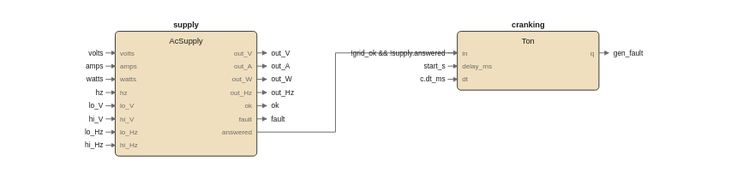
This is images/logic/ac_local_watch_fbd.drawio.svg from pstch/botanik2, a draw.io export, as it was before one commit. Source tidied: cells renumbered, new cells last; positions are measured from the earlier drawing's top-left corner, leaving out a move shared by most shapes.
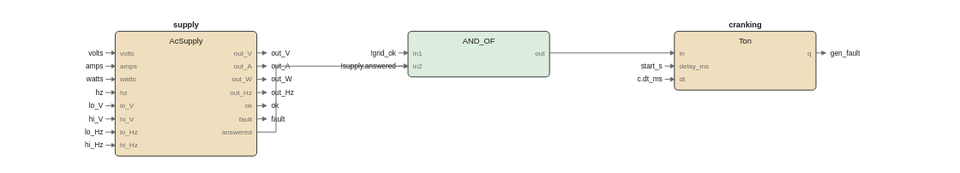
After the commit.

Diff of the diagram source:
```diff
@@ -56,198 +56,228 @@
     <mxCell id="19" value="answered" style="text;html=1;fontSize=5;fontColor=#6b6b6b;align=left;" parent="1" vertex="1">
       <mxGeometry x="124" y="90.2" width="40" height="9.8" as="geometry" />
     </mxCell>
-    <mxCell id="20" style="rounded=1;fillColor=#f0dfbe;strokeColor=#1a1a1a;whiteSpace=wrap;html=1;fontSize=8;" parent="1" vertex="1">
-      <mxGeometry x="295" y="10" width="118" height="49" as="geometry" />
+    <mxCell id="20" style="rounded=1;fillColor=#dcecdd;strokeColor=#1a1a1a;whiteSpace=wrap;html=1;fontSize=8;" parent="1" vertex="1">
+      <mxGeometry x="254" y="10" width="118" height="38" as="geometry" />
     </mxCell>
-    <mxCell id="21" value="cranking" style="text;html=1;fontSize=6;fontColor=#1a1a1a;align=center;fontStyle=1;" parent="1" vertex="1">
-      <mxGeometry x="354" y="0.4" width="40" height="10.6" as="geometry" />
+    <mxCell id="21" value="AND_OF" style="text;html=1;fontSize=6;fontColor=#1a1a1a;align=center;" parent="1" vertex="1">
+      <mxGeometry x="313" y="13.4" width="40" height="10.6" as="geometry" />
     </mxCell>
-    <mxCell id="22" value="Ton" style="text;html=1;fontSize=6;fontColor=#1a1a1a;align=center;" parent="1" vertex="1">
-      <mxGeometry x="354" y="13.4" width="40" height="10.6" as="geometry" />
+    <mxCell id="22" value="in1" style="text;html=1;fontSize=5;fontColor=#6b6b6b;align=left;" parent="1" vertex="1">
+      <mxGeometry x="258" y="24.2" width="40" height="9.8" as="geometry" />
     </mxCell>
-    <mxCell id="23" value="in" style="text;html=1;fontSize=5;fontColor=#6b6b6b;align=left;" parent="1" vertex="1">
-      <mxGeometry x="299" y="24.2" width="40" height="9.8" as="geometry" />
+    <mxCell id="23" value="in2" style="text;html=1;fontSize=5;fontColor=#6b6b6b;align=left;" parent="1" vertex="1">
+      <mxGeometry x="258" y="35.2" width="40" height="9.8" as="geometry" />
     </mxCell>
-    <mxCell id="24" value="delay_ms" style="text;html=1;fontSize=5;fontColor=#6b6b6b;align=left;" parent="1" vertex="1">
-      <mxGeometry x="299" y="35.2" width="40" height="9.8" as="geometry" />
+    <mxCell id="24" value="out" style="text;html=1;fontSize=5;fontColor=#6b6b6b;align=left;" parent="1" vertex="1">
+      <mxGeometry x="368" y="24.2" width="40" height="9.8" as="geometry" />
     </mxCell>
-    <mxCell id="25" value="dt" style="text;html=1;fontSize=5;fontColor=#6b6b6b;align=left;" parent="1" vertex="1">
-      <mxGeometry x="299" y="46.2" width="40" height="9.8" as="geometry" />
+    <mxCell id="25" style="rounded=1;fillColor=#f0dfbe;strokeColor=#1a1a1a;whiteSpace=wrap;html=1;fontSize=8;" parent="1" vertex="1">
+      <mxGeometry x="476" y="10" width="118" height="49" as="geometry" />
     </mxCell>
-    <mxCell id="26" value="q" style="text;html=1;fontSize=5;fontColor=#6b6b6b;align=left;" parent="1" vertex="1">
-      <mxGeometry x="409" y="24.2" width="40" height="9.8" as="geometry" />
+    <mxCell id="26" value="cranking" style="text;html=1;fontSize=6;fontColor=#1a1a1a;align=center;fontStyle=1;" parent="1" vertex="1">
+      <mxGeometry x="535" y="0.4" width="40" height="10.6" as="geometry" />
     </mxCell>
-    <mxCell id="27" style="edgeStyle=none;html=1;strokeColor=#6b6b6b;endArrow=block;" parent="1" edge="1">
-      <mxGeometry relative="1" as="geometry">
-        <mxPoint x="128" y="28" as="sourcePoint" />
-        <mxPoint x="136" y="28" as="targetPoint" />
-      </mxGeometry>
-    </mxCell>
+    <mxCell id="64" value="Ton" style="text;html=1;fontSize=6;fontColor=#1a1a1a;align=center;" parent="1" vertex="1">
+      <mxGeometry x="535" y="13.4" width="40" height="10.6" as="geometry" />
+    </mxCell>
-    <mxCell id="28" value="out_V" style="text;html=1;fontSize=6;fontColor=#1a1a1a;align=left;" parent="1" vertex="1">
-      <mxGeometry x="140" y="24" width="40" height="10" as="geometry" />
+    <mxCell id="28" value="in" style="text;html=1;fontSize=5;fontColor=#6b6b6b;align=left;" parent="1" vertex="1">
+      <mxGeometry x="480" y="24.2" width="40" height="9.8" as="geometry" />
     </mxCell>
-    <mxCell id="29" style="edgeStyle=none;html=1;strokeColor=#6b6b6b;endArrow=block;" parent="1" edge="1">
-      <mxGeometry relative="1" as="geometry">
-        <mxPoint x="128" y="39" as="sourcePoint" />
-        <mxPoint x="136" y="39" as="targetPoint" />
-      </mxGeometry>
-    </mxCell>
+    <mxCell id="65" value="delay_ms" style="text;html=1;fontSize=5;fontColor=#6b6b6b;align=left;" parent="1" vertex="1">
+      <mxGeometry x="480" y="35.2" width="40" height="9.8" as="geometry" />
+    </mxCell>
-    <mxCell id="30" value="out_A" style="text;html=1;fontSize=6;fontColor=#1a1a1a;align=left;" parent="1" vertex="1">
-      <mxGeometry x="140" y="35" width="40" height="10" as="geometry" />
+    <mxCell id="30" value="dt" style="text;html=1;fontSize=5;fontColor=#6b6b6b;align=left;" parent="1" vertex="1">
+      <mxGeometry x="480" y="46.2" width="40" height="9.8" as="geometry" />
     </mxCell>
-    <mxCell id="31" style="edgeStyle=none;html=1;strokeColor=#6b6b6b;endArrow=block;" parent="1" edge="1">
-      <mxGeometry relative="1" as="geometry">
-        <mxPoint x="128" y="50" as="sourcePoint" />
-        <mxPoint x="136" y="50" as="targetPoint" />
-      </mxGeometry>
-    </mxCell>
+    <mxCell id="66" value="q" style="text;html=1;fontSize=5;fontColor=#6b6b6b;align=left;" parent="1" vertex="1">
+      <mxGeometry x="590" y="24.2" width="40" height="9.8" as="geometry" />
+    </mxCell>
+    <mxCell id="67" style="edgeStyle=none;html=1;strokeColor=#6b6b6b;endArrow=block;" parent="1" edge="1">
+      <mxGeometry relative="1" as="geometry">
+        <mxPoint x="128" y="28" as="sourcePoint" />
+        <mxPoint x="136" y="28" as="targetPoint" />
+      </mxGeometry>
+    </mxCell>
+    <mxCell id="68" value="out_V" style="text;html=1;fontSize=6;fontColor=#1a1a1a;align=left;" parent="1" vertex="1">
+      <mxGeometry x="140" y="24" width="40" height="10" as="geometry" />
+    </mxCell>
+    <mxCell id="69" style="edgeStyle=none;html=1;strokeColor=#6b6b6b;endArrow=block;" parent="1" edge="1">
+      <mxGeometry relative="1" as="geometry">
+        <mxPoint x="128" y="39" as="sourcePoint" />
+        <mxPoint x="136" y="39" as="targetPoint" />
+      </mxGeometry>
+    </mxCell>
+    <mxCell id="70" value="out_A" style="text;html=1;fontSize=6;fontColor=#1a1a1a;align=left;" parent="1" vertex="1">
+      <mxGeometry x="140" y="35" width="40" height="10" as="geometry" />
+    </mxCell>
+    <mxCell id="71" style="edgeStyle=none;html=1;strokeColor=#6b6b6b;endArrow=block;" parent="1" edge="1">
+      <mxGeometry relative="1" as="geometry">
+        <mxPoint x="128" y="50" as="sourcePoint" />
+        <mxPoint x="136" y="50" as="targetPoint" />
+      </mxGeometry>
+    </mxCell>
     <mxCell id="32" value="out_W" style="text;html=1;fontSize=6;fontColor=#1a1a1a;align=left;" parent="1" vertex="1">
       <mxGeometry x="140" y="46" width="40" height="10" as="geometry" />
     </mxCell>
-    <mxCell id="33" style="edgeStyle=none;html=1;strokeColor=#6b6b6b;endArrow=block;" parent="1" edge="1">
-      <mxGeometry relative="1" as="geometry">
-        <mxPoint x="128" y="61" as="sourcePoint" />
-        <mxPoint x="136" y="61" as="targetPoint" />
-      </mxGeometry>
-    </mxCell>
+    <mxCell id="72" style="edgeStyle=none;html=1;strokeColor=#6b6b6b;endArrow=block;" parent="1" edge="1">
+      <mxGeometry relative="1" as="geometry">
+        <mxPoint x="128" y="61" as="sourcePoint" />
+        <mxPoint x="136" y="61" as="targetPoint" />
+      </mxGeometry>
+    </mxCell>
     <mxCell id="34" value="out_Hz" style="text;html=1;fontSize=6;fontColor=#1a1a1a;align=left;" parent="1" vertex="1">
       <mxGeometry x="140" y="57" width="40" height="10" as="geometry" />
     </mxCell>
-    <mxCell id="35" style="edgeStyle=none;html=1;strokeColor=#6b6b6b;endArrow=block;" parent="1" edge="1">
-      <mxGeometry relative="1" as="geometry">
-        <mxPoint x="128" y="72" as="sourcePoint" />
-        <mxPoint x="136" y="72" as="targetPoint" />
-      </mxGeometry>
-    </mxCell>
+    <mxCell id="73" style="edgeStyle=none;html=1;strokeColor=#6b6b6b;endArrow=block;" parent="1" edge="1">
+      <mxGeometry relative="1" as="geometry">
+        <mxPoint x="128" y="72" as="sourcePoint" />
+        <mxPoint x="136" y="72" as="targetPoint" />
+      </mxGeometry>
+    </mxCell>
     <mxCell id="36" value="ok" style="text;html=1;fontSize=6;fontColor=#1a1a1a;align=left;" parent="1" vertex="1">
       <mxGeometry x="140" y="68" width="40" height="10" as="geometry" />
     </mxCell>
-    <mxCell id="37" style="edgeStyle=none;html=1;strokeColor=#6b6b6b;endArrow=block;" parent="1" edge="1">
-      <mxGeometry relative="1" as="geometry">
-        <mxPoint x="128" y="83" as="sourcePoint" />
-        <mxPoint x="136" y="83" as="targetPoint" />
-      </mxGeometry>
-    </mxCell>
+    <mxCell id="74" style="edgeStyle=none;html=1;strokeColor=#6b6b6b;endArrow=block;" parent="1" edge="1">
+      <mxGeometry relative="1" as="geometry">
+        <mxPoint x="128" y="83" as="sourcePoint" />
+        <mxPoint x="136" y="83" as="targetPoint" />
+      </mxGeometry>
+    </mxCell>
     <mxCell id="38" value="fault" style="text;html=1;fontSize=6;fontColor=#1a1a1a;align=left;" parent="1" vertex="1">
       <mxGeometry x="140" y="79" width="40" height="10" as="geometry" />
     </mxCell>
-    <mxCell id="39" style="edgeStyle=none;html=1;strokeColor=#6b6b6b;endArrow=block;" parent="1" edge="1">
-      <mxGeometry relative="1" as="geometry">
-        <mxPoint x="413" y="28" as="sourcePoint" />
-        <mxPoint x="421" y="28" as="targetPoint" />
-      </mxGeometry>
-    </mxCell>
+    <mxCell id="75" style="edgeStyle=none;html=1;strokeColor=#6b6b6b;endArrow=block;" parent="1" edge="1">
+      <mxGeometry relative="1" as="geometry">
+        <mxPoint x="594" y="28" as="sourcePoint" />
+        <mxPoint x="602" y="28" as="targetPoint" />
+      </mxGeometry>
+    </mxCell>
     <mxCell id="40" value="gen_fault" style="text;html=1;fontSize=6;fontColor=#1a1a1a;align=left;" parent="1" vertex="1">
-      <mxGeometry x="425" y="24" width="45" height="10" as="geometry" />
+      <mxGeometry x="606" y="24" width="45" height="10" as="geometry" />
     </mxCell>
-    <mxCell id="41" style="edgeStyle=none;html=1;strokeColor=#6b6b6b;endArrow=block;" parent="1" edge="1">
-      <mxGeometry relative="1" as="geometry">
-        <mxPoint x="128" y="94" as="sourcePoint" />
-        <mxPoint x="295" y="28" as="targetPoint" />
-        <Array as="points">
-          <mxPoint x="193.5" y="94" />
-          <mxPoint x="193.5" y="28" />
-        </Array>
-      </mxGeometry>
-    </mxCell>
-    <mxCell id="42" value="volts" style="text;html=1;fontSize=6;fontColor=#1a1a1a;align=left;" parent="1" vertex="1">
-      <mxGeometry y="24" width="40" height="10" as="geometry" />
-    </mxCell>
-    <mxCell id="43" style="edgeStyle=none;html=1;strokeColor=#6b6b6b;endArrow=block;" parent="1" edge="1">
-      <mxGeometry relative="1" as="geometry">
-        <mxPoint x="2" y="28" as="sourcePoint" />
-        <mxPoint x="10" y="28" as="targetPoint" />
-      </mxGeometry>
-    </mxCell>
-    <mxCell id="44" value="amps" style="text;html=1;fontSize=6;fontColor=#1a1a1a;align=left;" parent="1" vertex="1">
-      <mxGeometry y="35" width="40" height="10" as="geometry" />
-    </mxCell>
-    <mxCell id="45" style="edgeStyle=none;html=1;strokeColor=#6b6b6b;endArrow=block;" parent="1" edge="1">
-      <mxGeometry relative="1" as="geometry">
-        <mxPoint x="2" y="39" as="sourcePoint" />
-        <mxPoint x="10" y="39" as="targetPoint" />
-      </mxGeometry>
-    </mxCell>
-    <mxCell id="46" value="watts" style="text;html=1;fontSize=6;fontColor=#1a1a1a;align=left;" parent="1" vertex="1">
-      <mxGeometry y="46" width="40" height="10" as="geometry" />
-    </mxCell>
+    <mxCell id="76" style="edgeStyle=none;html=1;strokeColor=#6b6b6b;endArrow=block;" parent="1" edge="1">
+      <mxGeometry relative="1" as="geometry">
+        <mxPoint x="128" y="94" as="sourcePoint" />
+        <mxPoint x="254" y="39" as="targetPoint" />
+        <Array as="points">
+          <mxPoint x="144" y="94" />
+          <mxPoint x="144" y="39" />
+        </Array>
+      </mxGeometry>
+    </mxCell>
     <mxCell id="47" style="edgeStyle=none;html=1;strokeColor=#6b6b6b;endArrow=block;" parent="1" edge="1">
       <mxGeometry relative="1" as="geometry">
-        <mxPoint x="2" y="50" as="sourcePoint" />
-        <mxPoint x="10" y="50" as="targetPoint" />
+        <mxPoint x="372" y="28" as="sourcePoint" />
+        <mxPoint x="476" y="28" as="targetPoint" />
       </mxGeometry>
     </mxCell>
-    <mxCell id="48" value="hz" style="text;html=1;fontSize=6;fontColor=#1a1a1a;align=left;" parent="1" vertex="1">
-      <mxGeometry y="57" width="40" height="10" as="geometry" />
+    <mxCell id="48" value="volts" style="text;html=1;fontSize=6;fontColor=#1a1a1a;align=left;" parent="1" vertex="1">
+      <mxGeometry y="24" width="40" height="10" as="geometry" />
     </mxCell>
     <mxCell id="49" style="edgeStyle=none;html=1;strokeColor=#6b6b6b;endArrow=block;" parent="1" edge="1">
       <mxGeometry relative="1" as="geometry">
-        <mxPoint x="2" y="61" as="sourcePoint" />
-        <mxPoint x="10" y="61" as="targetPoint" />
+        <mxPoint x="2" y="28" as="sourcePoint" />
+        <mxPoint x="10" y="28" as="targetPoint" />
       </mxGeometry>
     </mxCell>
-    <mxCell id="50" value="lo_V" style="text;html=1;fontSize=6;fontColor=#1a1a1a;align=left;" parent="1" vertex="1">
-      <mxGeometry y="68" width="40" height="10" as="geometry" />
+    <mxCell id="50" value="amps" style="text;html=1;fontSize=6;fontColor=#1a1a1a;align=left;" parent="1" vertex="1">
+      <mxGeometry y="35" width="40" height="10" as="geometry" />
     </mxCell>
     <mxCell id="51" style="edgeStyle=none;html=1;strokeColor=#6b6b6b;endArrow=block;" parent="1" edge="1">
       <mxGeometry relative="1" as="geometry">
-        <mxPoint x="2" y="72" as="sourcePoint" />
-        <mxPoint x="10" y="72" as="targetPoint" />
+        <mxPoint x="2" y="39" as="sourcePoint" />
+        <mxPoint x="10" y="39" as="targetPoint" />
       </mxGeometry>
     </mxCell>
-    <mxCell id="52" value="hi_V" style="text;html=1;fontSize=6;fontColor=#1a1a1a;align=left;" parent="1" vertex="1">
-      <mxGeometry y="79" width="40" height="10" as="geometry" />
+    <mxCell id="52" value="watts" style="text;html=1;fontSize=6;fontColor=#1a1a1a;align=left;" parent="1" vertex="1">
+      <mxGeometry y="46" width="40" height="10" as="geometry" />
     </mxCell>
     <mxCell id="53" style="edgeStyle=none;html=1;strokeColor=#6b6b6b;endArrow=block;" parent="1" edge="1">
       <mxGeometry relative="1" as="geometry">
-        <mxPoint x="2" y="83" as="sourcePoint" />
-        <mxPoint x="10" y="83" as="targetPoint" />
+        <mxPoint x="2" y="50" as="sourcePoint" />
+        <mxPoint x="10" y="50" as="targetPoint" />
       </mxGeometry>
     </mxCell>
-    <mxCell id="54" value="lo_Hz" style="text;html=1;fontSize=6;fontColor=#1a1a1a;align=left;" parent="1" vertex="1">
-      <mxGeometry y="90" width="40" height="10" as="geometry" />
+    <mxCell id="54" value="hz" style="text;html=1;fontSize=6;fontColor=#1a1a1a;align=left;" parent="1" vertex="1">
+      <mxGeometry y="57" width="40" height="10" as="geometry" />
     </mxCell>
     <mxCell id="55" style="edgeStyle=none;html=1;strokeColor=#6b6b6b;endArrow=block;" parent="1" edge="1">
       <mxGeometry relative="1" as="geometry">
-        <mxPoint x="2" y="94" as="sourcePoint" />
-        <mxPoint x="10" y="94" as="targetPoint" />
+        <mxPoint x="2" y="61" as="sourcePoint" />
+        <mxPoint x="10" y="61" as="targetPoint" />
       </mxGeometry>
     </mxCell>
-    <mxCell id="56" value="hi_Hz" style="text;html=1;fontSize=6;fontColor=#1a1a1a;align=left;" parent="1" vertex="1">
-      <mxGeometry y="101" width="40" height="10" as="geometry" />
+    <mxCell id="56" value="lo_V" style="text;html=1;fontSize=6;fontColor=#1a1a1a;align=left;" parent="1" vertex="1">
+      <mxGeometry y="68" width="40" height="10" as="geometry" />
     </mxCell>
     <mxCell id="57" style="edgeStyle=none;html=1;strokeColor=#6b6b6b;endArrow=block;" parent="1" edge="1">
       <mxGeometry relative="1" as="geometry">
-        <mxPoint x="2" y="105" as="sourcePoint" />
-        <mxPoint x="10" y="105" as="targetPoint" />
+        <mxPoint x="2" y="72" as="sourcePoint" />
+        <mxPoint x="10" y="72" as="targetPoint" />
       </mxGeometry>
     </mxCell>
-    <mxCell id="58" value="!grid_ok &amp;&amp; !supply.answered" style="text;html=1;fontSize=6;fontColor=#1a1a1a;align=left;" parent="1" vertex="1">
-      <mxGeometry x="285" y="24" width="140" height="10" as="geometry" />
+    <mxCell id="58" value="hi_V" style="text;html=1;fontSize=6;fontColor=#1a1a1a;align=left;" parent="1" vertex="1">
+      <mxGeometry y="79" width="40" height="10" as="geometry" />
     </mxCell>
     <mxCell id="59" style="edgeStyle=none;html=1;strokeColor=#6b6b6b;endArrow=block;" parent="1" edge="1">
       <mxGeometry relative="1" as="geometry">
-        <mxPoint x="287" y="28" as="sourcePoint" />
-        <mxPoint x="295" y="28" as="targetPoint" />
+        <mxPoint x="2" y="83" as="sourcePoint" />
+        <mxPoint x="10" y="83" as="targetPoint" />
       </mxGeometry>
     </mxCell>
-    <mxCell id="60" value="start_s" style="text;html=1;fontSize=6;fontColor=#1a1a1a;align=left;" parent="1" vertex="1">
-      <mxGeometry x="285" y="35" width="40" height="10" as="geometry" />
+    <mxCell id="60" value="lo_Hz" style="text;html=1;fontSize=6;fontColor=#1a1a1a;align=left;" parent="1" vertex="1">
+      <mxGeometry y="90" width="40" height="10" as="geometry" />
     </mxCell>
     <mxCell id="61" style="edgeStyle=none;html=1;strokeColor=#6b6b6b;endArrow=block;" parent="1" edge="1">
       <mxGeometry relative="1" as="geometry">
-        <mxPoint x="287" y="39" as="sourcePoint" />
-        <mxPoint x="295" y="39" as="targetPoint" />
+        <mxPoint x="2" y="94" as="sourcePoint" />
+        <mxPoint x="10" y="94" as="targetPoint" />
       </mxGeometry>
     </mxCell>
-    <mxCell id="62" value="c.dt_ms" style="text;html=1;fontSize=6;fontColor=#1a1a1a;align=left;" parent="1" vertex="1">
-      <mxGeometry x="285" y="46" width="40" height="10" as="geometry" />
+    <mxCell id="62" value="hi_Hz" style="text;html=1;fontSize=6;fontColor=#1a1a1a;align=left;" parent="1" vertex="1">
+      <mxGeometry y="101" width="40" height="10" as="geometry" />
     </mxCell>
     <mxCell id="63" style="edgeStyle=none;html=1;strokeColor=#6b6b6b;endArrow=block;" parent="1" edge="1">
       <mxGeometry relative="1" as="geometry">
-        <mxPoint x="287" y="50" as="sourcePoint" />
-        <mxPoint x="295" y="50" as="targetPoint" />
+        <mxPoint x="2" y="105" as="sourcePoint" />
+        <mxPoint x="10" y="105" as="targetPoint" />
       </mxGeometry>
     </mxCell>
+    <mxCell id="77" value="!grid_ok" style="text;html=1;fontSize=6;fontColor=#1a1a1a;align=left;" parent="1" vertex="1">
+      <mxGeometry x="244" y="24" width="40" height="10" as="geometry" />
+    </mxCell>
+    <mxCell id="78" style="edgeStyle=none;html=1;strokeColor=#6b6b6b;endArrow=block;" parent="1" edge="1">
+      <mxGeometry relative="1" as="geometry">
+        <mxPoint x="246" y="28" as="sourcePoint" />
+        <mxPoint x="254" y="28" as="targetPoint" />
+      </mxGeometry>
+    </mxCell>
+    <mxCell id="79" value="!supply.answered" style="text;html=1;fontSize=6;fontColor=#1a1a1a;align=left;" parent="1" vertex="1">
+      <mxGeometry x="244" y="35" width="80" height="10" as="geometry" />
+    </mxCell>
+    <mxCell id="80" style="edgeStyle=none;html=1;strokeColor=#6b6b6b;endArrow=block;" parent="1" edge="1">
+      <mxGeometry relative="1" as="geometry">
+        <mxPoint x="246" y="39" as="sourcePoint" />
+        <mxPoint x="254" y="39" as="targetPoint" />
+      </mxGeometry>
+    </mxCell>
+    <mxCell id="81" value="start_s" style="text;html=1;fontSize=6;fontColor=#1a1a1a;align=left;" parent="1" vertex="1">
+      <mxGeometry x="466" y="35" width="40" height="10" as="geometry" />
+    </mxCell>
+    <mxCell id="82" style="edgeStyle=none;html=1;strokeColor=#6b6b6b;endArrow=block;" parent="1" edge="1">
+      <mxGeometry relative="1" as="geometry">
+        <mxPoint x="468" y="39" as="sourcePoint" />
+        <mxPoint x="476" y="39" as="targetPoint" />
+      </mxGeometry>
+    </mxCell>
+    <mxCell id="83" value="c.dt_ms" style="text;html=1;fontSize=6;fontColor=#1a1a1a;align=left;" parent="1" vertex="1">
+      <mxGeometry x="466" y="46" width="40" height="10" as="geometry" />
+    </mxCell>
+    <mxCell id="84" style="edgeStyle=none;html=1;strokeColor=#6b6b6b;endArrow=block;" parent="1" edge="1">
+      <mxGeometry relative="1" as="geometry">
+        <mxPoint x="468" y="50" as="sourcePoint" />
+        <mxPoint x="476" y="50" as="targetPoint" />
+      </mxGeometry>
+    </mxCell>
   </root>
 </mxGraphModel>
```
